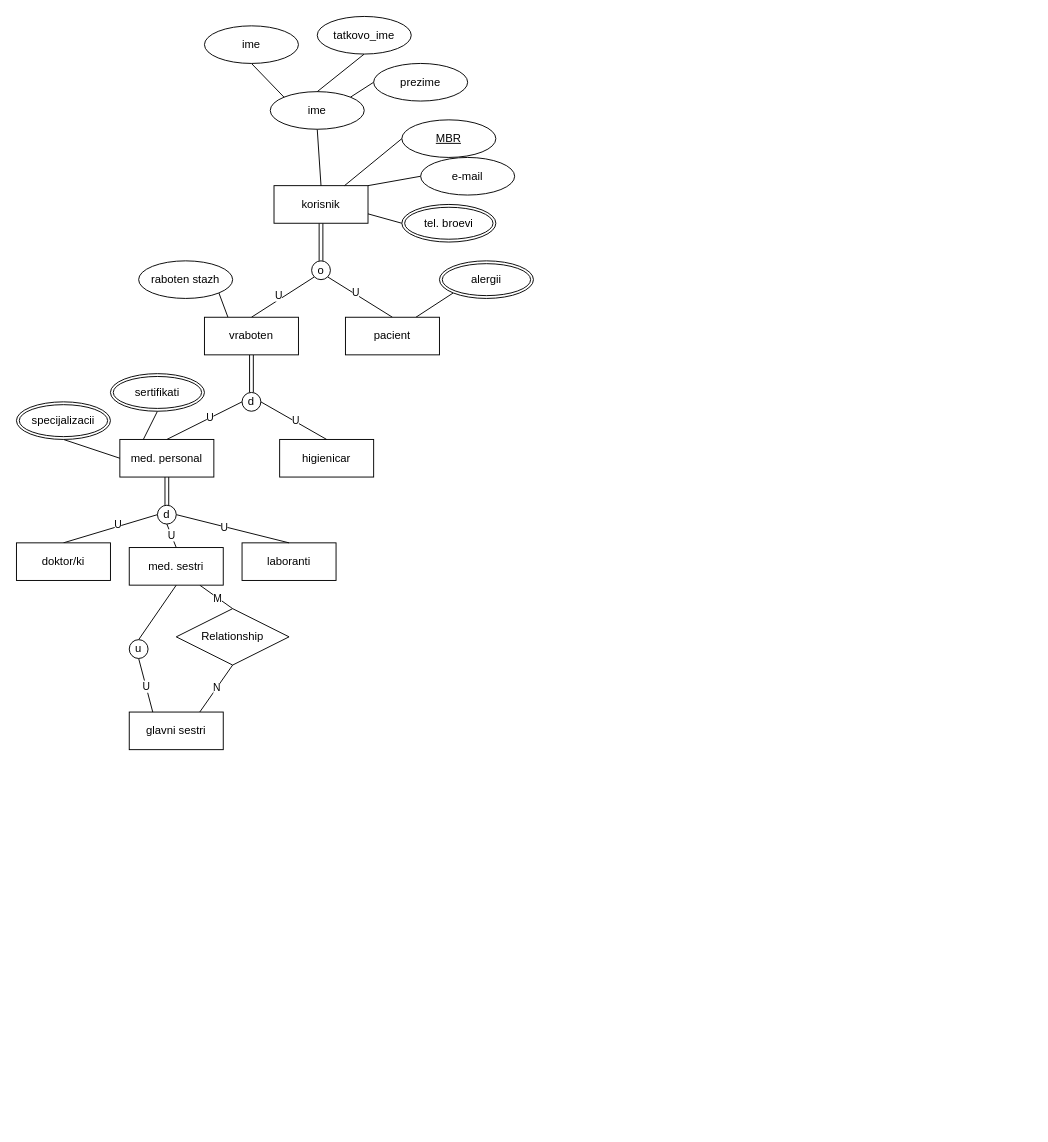
loramarku9/BAZInaPODATOCI keeps this draw.io diagram as lab2_2.drawio. Above is the earlier version. Source tidied: cells renumbered, new cells numbered last; positions are measured from the earlier drawing's top-left corner, leaving out a move shared by most shapes. Both pictures are drawn from the tidied source at 94%, with x=0, y=0 at pixel (16, 16).
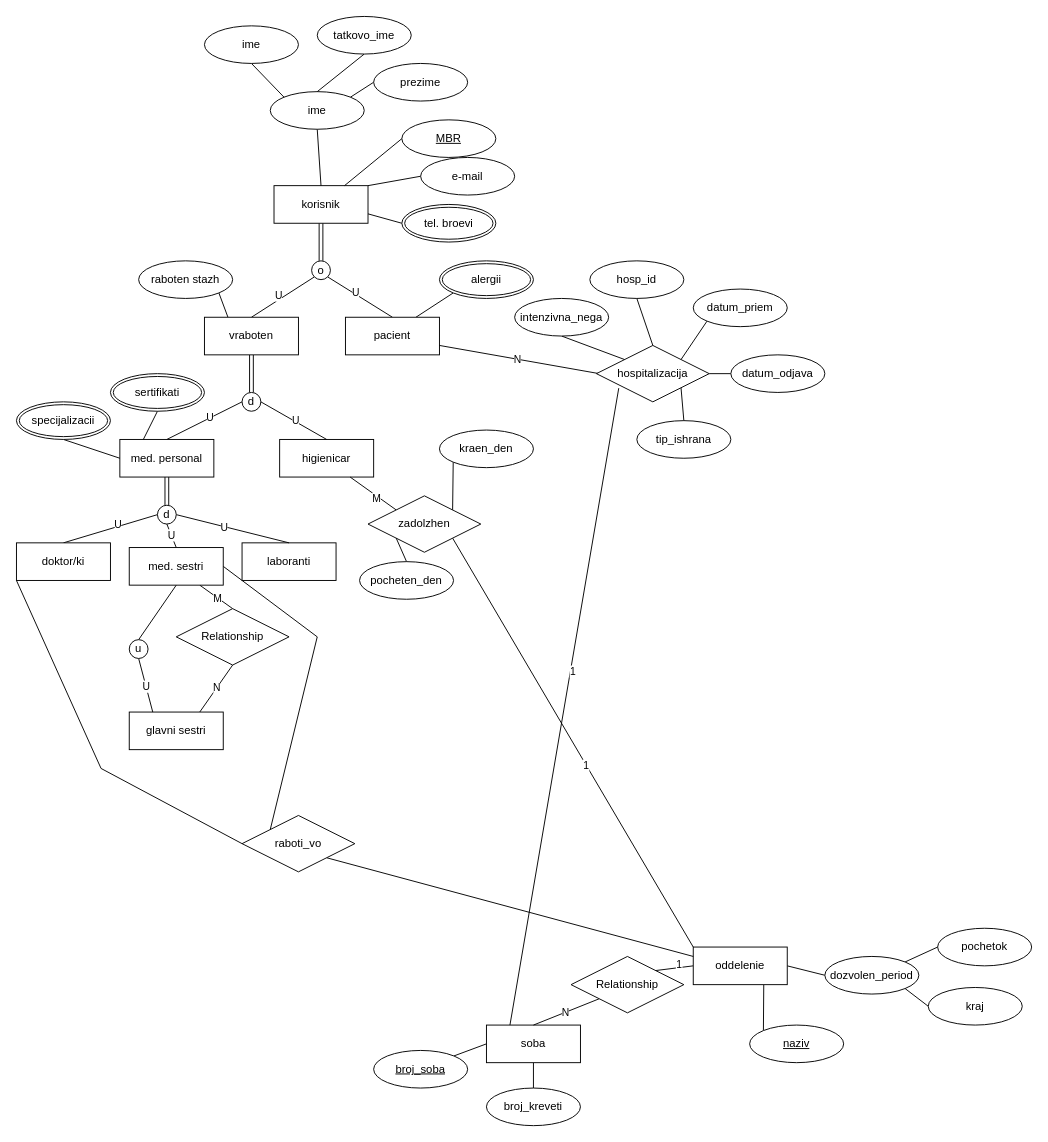
The same diagram, later.

The change refers to these unchanged cells:
```xml
<mxCell id="24" value="pacient" style="whiteSpace=wrap;html=1;align=center;" parent="1" vertex="1">
  <mxGeometry x="350" y="320" width="100" height="40" as="geometry" />
</mxCell>
<mxCell id="29" value="higienicar" style="whiteSpace=wrap;html=1;align=center;" parent="1" vertex="1">
  <mxGeometry x="280" y="450" width="100" height="40" as="geometry" />
</mxCell>
<mxCell id="48" value="med. sestri" style="whiteSpace=wrap;html=1;align=center;" parent="1" vertex="1">
  <mxGeometry x="120" y="565" width="100" height="40" as="geometry" />
</mxCell>
<mxCell id="51" value="doktor/ki" style="whiteSpace=wrap;html=1;align=center;" parent="1" vertex="1">
  <mxGeometry y="560" width="100" height="40" as="geometry" />
</mxCell>
```

The edit, as a diff of the source:
```diff
@@
+    <mxCell id="62" style="edgeStyle=none;shape=connector;rounded=0;jettySize=auto;html=1;exitX=1;exitY=0.5;exitDx=0;exitDy=0;entryX=0;entryY=0;entryDx=0;entryDy=0;strokeColor=default;align=center;verticalAlign=middle;fontFamily=Helvetica;fontSize=11;fontColor=default;labelBackgroundColor=default;defaultLabelBackgroundColor=page;endArrow=none;endFill=0;" parent="1" edge="1" source="48" target="108">
+      <mxGeometry relative="1" as="geometry">
+        <Array as="points">
+          <mxPoint x="320" y="660" />
+        </Array>
+      </mxGeometry>
+    </mxCell>
@@
+    <mxCell id="63" style="edgeStyle=none;shape=connector;rounded=0;jettySize=auto;html=1;exitX=0;exitY=1;exitDx=0;exitDy=0;entryX=0;entryY=0.5;entryDx=0;entryDy=0;strokeColor=default;align=center;verticalAlign=middle;fontFamily=Helvetica;fontSize=11;fontColor=default;labelBackgroundColor=default;defaultLabelBackgroundColor=page;endArrow=none;endFill=0;" parent="1" edge="1" source="51" target="108">
+      <mxGeometry relative="1" as="geometry">
+        <Array as="points">
+          <mxPoint x="90" y="800" />
+        </Array>
+      </mxGeometry>
+    </mxCell>
@@
+    <mxCell id="64" style="edgeStyle=none;shape=connector;rounded=0;jettySize=auto;html=1;exitX=0;exitY=0.5;exitDx=0;exitDy=0;strokeColor=default;align=center;verticalAlign=middle;fontFamily=Helvetica;fontSize=11;fontColor=default;labelBackgroundColor=default;defaultLabelBackgroundColor=page;endArrow=none;endFill=0;entryX=1;entryY=0.75;entryDx=0;entryDy=0;" parent="1" edge="1" target="24">
+      <mxGeometry relative="1" as="geometry">
+        <mxPoint x="620" y="380" as="sourcePoint" />
+      </mxGeometry>
+    </mxCell>
+    <mxCell id="65" value="N" style="edgeLabel;html=1;align=center;verticalAlign=middle;inheritText=1;defaultLabelBackgroundColor=page;" parent="64" vertex="1">
+      <mxGeometry x="0.03" y="1" relative="1" as="geometry">
+        <mxPoint y="-1" as="offset" />
+      </mxGeometry>
+    </mxCell>
+    <mxCell id="66" style="edgeStyle=none;shape=connector;rounded=0;jettySize=auto;html=1;exitX=0.5;exitY=0;exitDx=0;exitDy=0;entryX=1;entryY=1;entryDx=0;entryDy=0;strokeColor=default;align=center;verticalAlign=middle;fontFamily=Helvetica;fontSize=11;fontColor=default;labelBackgroundColor=default;defaultLabelBackgroundColor=page;endArrow=none;endFill=0;" parent="1" edge="1" source="67" target="95">
+      <mxGeometry relative="1" as="geometry" />
+    </mxCell>
+    <mxCell id="67" value="tip_ishrana" style="ellipse;whiteSpace=wrap;html=1;align=center;" parent="1" vertex="1">
+      <mxGeometry x="660" y="430" width="100" height="40" as="geometry" />
+    </mxCell>
+    <mxCell id="68" style="edgeStyle=none;shape=connector;rounded=0;jettySize=auto;html=1;exitX=0.5;exitY=1;exitDx=0;exitDy=0;entryX=0;entryY=0;entryDx=0;entryDy=0;strokeColor=default;align=center;verticalAlign=middle;fontFamily=Helvetica;fontSize=11;fontColor=default;labelBackgroundColor=default;defaultLabelBackgroundColor=page;endArrow=none;endFill=0;" parent="1" edge="1" source="69" target="95">
+      <mxGeometry relative="1" as="geometry" />
+    </mxCell>
+    <mxCell id="69" value="intenzivna_nega" style="ellipse;whiteSpace=wrap;html=1;align=center;" parent="1" vertex="1">
+      <mxGeometry x="530" y="300" width="100" height="40" as="geometry" />
+    </mxCell>
+    <mxCell id="70" style="edgeStyle=none;shape=connector;rounded=0;jettySize=auto;html=1;exitX=0;exitY=0.5;exitDx=0;exitDy=0;entryX=1;entryY=0.5;entryDx=0;entryDy=0;strokeColor=default;align=center;verticalAlign=middle;fontFamily=Helvetica;fontSize=11;fontColor=default;labelBackgroundColor=default;defaultLabelBackgroundColor=page;endArrow=none;endFill=0;" parent="1" edge="1" source="71" target="95">
+      <mxGeometry relative="1" as="geometry" />
+    </mxCell>
+    <mxCell id="71" value="datum_odjava" style="ellipse;whiteSpace=wrap;html=1;align=center;" parent="1" vertex="1">
+      <mxGeometry x="760" y="360" width="100" height="40" as="geometry" />
+    </mxCell>
+    <mxCell id="72" style="edgeStyle=none;shape=connector;rounded=0;jettySize=auto;html=1;exitX=0;exitY=1;exitDx=0;exitDy=0;entryX=1;entryY=0;entryDx=0;entryDy=0;strokeColor=default;align=center;verticalAlign=middle;fontFamily=Helvetica;fontSize=11;fontColor=default;labelBackgroundColor=default;defaultLabelBackgroundColor=page;endArrow=none;endFill=0;" parent="1" edge="1" source="73" target="95">
+      <mxGeometry relative="1" as="geometry" />
+    </mxCell>
+    <mxCell id="73" value="datum_priem" style="ellipse;whiteSpace=wrap;html=1;align=center;" parent="1" vertex="1">
+      <mxGeometry x="720" y="290" width="100" height="40" as="geometry" />
+    </mxCell>
+    <mxCell id="74" style="edgeStyle=none;shape=connector;rounded=0;jettySize=auto;html=1;exitX=0.5;exitY=1;exitDx=0;exitDy=0;entryX=0.5;entryY=0;entryDx=0;entryDy=0;strokeColor=default;align=center;verticalAlign=middle;fontFamily=Helvetica;fontSize=11;fontColor=default;labelBackgroundColor=default;defaultLabelBackgroundColor=page;endArrow=none;endFill=0;" parent="1" edge="1" source="75" target="95">
+      <mxGeometry relative="1" as="geometry" />
+    </mxCell>
+    <mxCell id="75" value="hosp_id" style="ellipse;whiteSpace=wrap;html=1;align=center;" parent="1" vertex="1">
+      <mxGeometry x="610" y="260" width="100" height="40" as="geometry" />
+    </mxCell>
+    <mxCell id="76" style="edgeStyle=none;shape=connector;rounded=0;jettySize=auto;html=1;exitX=0.75;exitY=1;exitDx=0;exitDy=0;entryX=0;entryY=0;entryDx=0;entryDy=0;strokeColor=default;align=center;verticalAlign=middle;fontFamily=Helvetica;fontSize=11;fontColor=default;labelBackgroundColor=default;defaultLabelBackgroundColor=page;endArrow=none;endFill=0;" parent="1" edge="1" source="80" target="81">
+      <mxGeometry relative="1" as="geometry" />
+    </mxCell>
+    <mxCell id="77" style="edgeStyle=none;shape=connector;rounded=0;jettySize=auto;html=1;exitX=1;exitY=0.5;exitDx=0;exitDy=0;entryX=0;entryY=0.5;entryDx=0;entryDy=0;strokeColor=default;align=center;verticalAlign=middle;fontFamily=Helvetica;fontSize=11;fontColor=default;labelBackgroundColor=default;defaultLabelBackgroundColor=page;endArrow=none;endFill=0;" parent="1" edge="1" source="80" target="83">
+      <mxGeometry relative="1" as="geometry" />
+    </mxCell>
+    <mxCell id="78" style="edgeStyle=none;shape=connector;rounded=0;jettySize=auto;html=1;exitX=0;exitY=0.5;exitDx=0;exitDy=0;entryX=1;entryY=0;entryDx=0;entryDy=0;strokeColor=default;align=center;verticalAlign=middle;fontFamily=Helvetica;fontSize=11;fontColor=default;labelBackgroundColor=default;defaultLabelBackgroundColor=page;endArrow=none;endFill=0;" parent="1" edge="1" source="80" target="94">
+      <mxGeometry relative="1" as="geometry" />
+    </mxCell>
+    <mxCell id="79" value="1" style="edgeLabel;html=1;align=center;verticalAlign=middle;inheritText=1;defaultLabelBackgroundColor=page;" parent="78" vertex="1">
+      <mxGeometry x="-0.24" y="-2" relative="1" as="geometry">
+        <mxPoint y="-1" as="offset" />
+      </mxGeometry>
+    </mxCell>
+    <mxCell id="80" value="oddelenie" style="whiteSpace=wrap;html=1;align=center;" parent="1" vertex="1">
+      <mxGeometry x="720" y="990" width="100" height="40" as="geometry" />
+    </mxCell>
+    <mxCell id="81" value="naziv" style="ellipse;whiteSpace=wrap;html=1;align=center;fontStyle=4;" parent="1" vertex="1">
+      <mxGeometry x="780" y="1073" width="100" height="40" as="geometry" />
+    </mxCell>
+    <mxCell id="82" style="edgeStyle=none;shape=connector;rounded=0;jettySize=auto;html=1;exitX=1;exitY=0;exitDx=0;exitDy=0;entryX=0;entryY=0.5;entryDx=0;entryDy=0;strokeColor=default;align=center;verticalAlign=middle;fontFamily=Helvetica;fontSize=11;fontColor=default;labelBackgroundColor=default;defaultLabelBackgroundColor=page;endArrow=none;endFill=0;" parent="1" edge="1" source="83" target="86">
+      <mxGeometry relative="1" as="geometry" />
+    </mxCell>
+    <mxCell id="83" value="dozvolen_period" style="ellipse;whiteSpace=wrap;html=1;align=center;" parent="1" vertex="1">
+      <mxGeometry x="860" y="1000" width="100" height="40" as="geometry" />
+    </mxCell>
+    <mxCell id="84" style="edgeStyle=none;shape=connector;rounded=0;jettySize=auto;html=1;exitX=0;exitY=0.5;exitDx=0;exitDy=0;entryX=1;entryY=1;entryDx=0;entryDy=0;strokeColor=default;align=center;verticalAlign=middle;fontFamily=Helvetica;fontSize=11;fontColor=default;labelBackgroundColor=default;defaultLabelBackgroundColor=page;endArrow=none;endFill=0;" parent="1" edge="1" source="85" target="83">
+      <mxGeometry relative="1" as="geometry" />
+    </mxCell>
+    <mxCell id="85" value="kraj" style="ellipse;whiteSpace=wrap;html=1;align=center;" parent="1" vertex="1">
+      <mxGeometry x="970" y="1033" width="100" height="40" as="geometry" />
+    </mxCell>
+    <mxCell id="86" value="pochetok" style="ellipse;whiteSpace=wrap;html=1;align=center;" parent="1" vertex="1">
+      <mxGeometry x="980" y="970" width="100" height="40" as="geometry" />
+    </mxCell>
+    <mxCell id="87" style="edgeStyle=none;shape=connector;rounded=0;jettySize=auto;html=1;exitX=0;exitY=0.5;exitDx=0;exitDy=0;entryX=1;entryY=0;entryDx=0;entryDy=0;strokeColor=default;align=center;verticalAlign=middle;fontFamily=Helvetica;fontSize=11;fontColor=default;labelBackgroundColor=default;defaultLabelBackgroundColor=page;endArrow=none;endFill=0;" parent="1" edge="1" source="89" target="90">
+      <mxGeometry relative="1" as="geometry" />
+    </mxCell>
+    <mxCell id="88" style="edgeStyle=none;shape=connector;rounded=0;jettySize=auto;html=1;exitX=0.5;exitY=1;exitDx=0;exitDy=0;entryX=0.5;entryY=0;entryDx=0;entryDy=0;strokeColor=default;align=center;verticalAlign=middle;fontFamily=Helvetica;fontSize=11;fontColor=default;labelBackgroundColor=default;defaultLabelBackgroundColor=page;endArrow=none;endFill=0;" parent="1" edge="1" source="89" target="91">
+      <mxGeometry relative="1" as="geometry" />
+    </mxCell>
+    <mxCell id="89" value="soba" style="whiteSpace=wrap;html=1;align=center;" parent="1" vertex="1">
+      <mxGeometry x="500" y="1073" width="100" height="40" as="geometry" />
+    </mxCell>
+    <mxCell id="90" value="&lt;u&gt;broj_soba&lt;/u&gt;" style="ellipse;whiteSpace=wrap;html=1;align=center;" parent="1" vertex="1">
+      <mxGeometry x="380" y="1100" width="100" height="40" as="geometry" />
+    </mxCell>
+    <mxCell id="91" value="broj_kreveti" style="ellipse;whiteSpace=wrap;html=1;align=center;" parent="1" vertex="1">
+      <mxGeometry x="500" y="1140" width="100" height="40" as="geometry" />
+    </mxCell>
+    <mxCell id="92" style="edgeStyle=none;shape=connector;rounded=0;jettySize=auto;html=1;exitX=0;exitY=1;exitDx=0;exitDy=0;entryX=0.5;entryY=0;entryDx=0;entryDy=0;strokeColor=default;align=center;verticalAlign=middle;fontFamily=Helvetica;fontSize=11;fontColor=default;labelBackgroundColor=default;defaultLabelBackgroundColor=page;endArrow=none;endFill=0;" parent="1" edge="1" source="94" target="89">
+      <mxGeometry relative="1" as="geometry" />
+    </mxCell>
+    <mxCell id="93" value="N" style="edgeLabel;html=1;align=center;verticalAlign=middle;inheritText=1;defaultLabelBackgroundColor=page;" parent="92" vertex="1">
+      <mxGeometry x="0.03" relative="1" as="geometry" />
+    </mxCell>
+    <mxCell id="94" value="Relationship" style="shape=rhombus;perimeter=rhombusPerimeter;whiteSpace=wrap;html=1;align=center;" parent="1" vertex="1">
+      <mxGeometry x="590" y="1000" width="120" height="60" as="geometry" />
+    </mxCell>
+    <mxCell id="95" value="hospitalizacija" style="shape=rhombus;perimeter=rhombusPerimeter;whiteSpace=wrap;html=1;align=center;" parent="1" vertex="1">
+      <mxGeometry x="617" y="350" width="120" height="60" as="geometry" />
+    </mxCell>
+    <mxCell id="96" style="edgeStyle=none;shape=connector;rounded=0;jettySize=auto;html=1;exitX=0.25;exitY=0;exitDx=0;exitDy=0;entryX=0.198;entryY=0.757;entryDx=0;entryDy=0;entryPerimeter=0;strokeColor=default;align=center;verticalAlign=middle;fontFamily=Helvetica;fontSize=11;fontColor=default;labelBackgroundColor=default;defaultLabelBackgroundColor=page;endArrow=none;endFill=0;" parent="1" edge="1" source="89" target="95">
+      <mxGeometry relative="1" as="geometry" />
+    </mxCell>
+    <mxCell id="97" value="1" style="edgeLabel;html=1;align=center;verticalAlign=middle;inheritText=1;defaultLabelBackgroundColor=page;" parent="96" vertex="1">
+      <mxGeometry x="0.11" y="-2" relative="1" as="geometry" />
+    </mxCell>
+    <mxCell id="98" style="edgeStyle=none;shape=connector;rounded=0;jettySize=auto;html=1;exitX=0;exitY=0;exitDx=0;exitDy=0;entryX=0.75;entryY=1;entryDx=0;entryDy=0;strokeColor=default;align=center;verticalAlign=middle;fontFamily=Helvetica;fontSize=11;fontColor=default;labelBackgroundColor=default;defaultLabelBackgroundColor=page;endArrow=none;endFill=0;" parent="1" edge="1" source="103" target="29">
+      <mxGeometry relative="1" as="geometry" />
+    </mxCell>
+    <mxCell id="99" value="M" style="edgeLabel;html=1;align=center;verticalAlign=middle;inheritText=1;defaultLabelBackgroundColor=page;" parent="98" vertex="1">
+      <mxGeometry x="-0.17" y="2" relative="1" as="geometry" />
+    </mxCell>
+    <mxCell id="100" style="edgeStyle=none;shape=connector;rounded=0;jettySize=auto;html=1;exitX=1;exitY=1;exitDx=0;exitDy=0;entryX=0;entryY=0;entryDx=0;entryDy=0;strokeColor=default;align=center;verticalAlign=middle;fontFamily=Helvetica;fontSize=11;fontColor=default;labelBackgroundColor=default;defaultLabelBackgroundColor=page;endArrow=none;endFill=0;" parent="1" edge="1" source="103" target="80">
+      <mxGeometry relative="1" as="geometry" />
+    </mxCell>
+    <mxCell id="101" value="1" style="edgeLabel;html=1;align=center;verticalAlign=middle;inheritText=1;defaultLabelBackgroundColor=page;" parent="100" vertex="1">
+      <mxGeometry x="0.11" y="-1" relative="1" as="geometry" />
+    </mxCell>
+    <mxCell id="102" style="edgeStyle=none;shape=connector;rounded=0;jettySize=auto;html=1;exitX=1;exitY=0;exitDx=0;exitDy=0;entryX=0;entryY=1;entryDx=0;entryDy=0;strokeColor=default;align=center;verticalAlign=middle;fontFamily=Helvetica;fontSize=11;fontColor=default;labelBackgroundColor=default;defaultLabelBackgroundColor=page;endArrow=none;endFill=0;" parent="1" edge="1" source="103" target="104">
+      <mxGeometry relative="1" as="geometry" />
+    </mxCell>
+    <mxCell id="103" value="zadolzhen" style="shape=rhombus;perimeter=rhombusPerimeter;whiteSpace=wrap;html=1;align=center;" parent="1" vertex="1">
+      <mxGeometry x="374" y="510" width="120" height="60" as="geometry" />
+    </mxCell>
+    <mxCell id="104" value="kraen_den" style="ellipse;whiteSpace=wrap;html=1;align=center;" parent="1" vertex="1">
+      <mxGeometry x="450" y="440" width="100" height="40" as="geometry" />
+    </mxCell>
+    <mxCell id="105" style="edgeStyle=none;shape=connector;rounded=0;jettySize=auto;html=1;exitX=0.5;exitY=0;exitDx=0;exitDy=0;entryX=0;entryY=1;entryDx=0;entryDy=0;strokeColor=default;align=center;verticalAlign=middle;fontFamily=Helvetica;fontSize=11;fontColor=default;labelBackgroundColor=default;defaultLabelBackgroundColor=page;endArrow=none;endFill=0;" parent="1" edge="1" source="106" target="103">
+      <mxGeometry relative="1" as="geometry" />
+    </mxCell>
+    <mxCell id="106" value="pocheten_den" style="ellipse;whiteSpace=wrap;html=1;align=center;" parent="1" vertex="1">
+      <mxGeometry x="365" y="580" width="100" height="40" as="geometry" />
+    </mxCell>
+    <mxCell id="107" style="edgeStyle=none;shape=connector;rounded=0;jettySize=auto;html=1;exitX=1;exitY=1;exitDx=0;exitDy=0;entryX=0;entryY=0.25;entryDx=0;entryDy=0;strokeColor=default;align=center;verticalAlign=middle;fontFamily=Helvetica;fontSize=11;fontColor=default;labelBackgroundColor=default;defaultLabelBackgroundColor=page;endArrow=none;endFill=0;" parent="1" edge="1" source="108" target="80">
+      <mxGeometry relative="1" as="geometry" />
+    </mxCell>
+    <mxCell id="108" value="raboti_vo" style="shape=rhombus;perimeter=rhombusPerimeter;whiteSpace=wrap;html=1;align=center;" parent="1" vertex="1">
+      <mxGeometry x="240" y="850" width="120" height="60" as="geometry" />
+    </mxCell>
```
